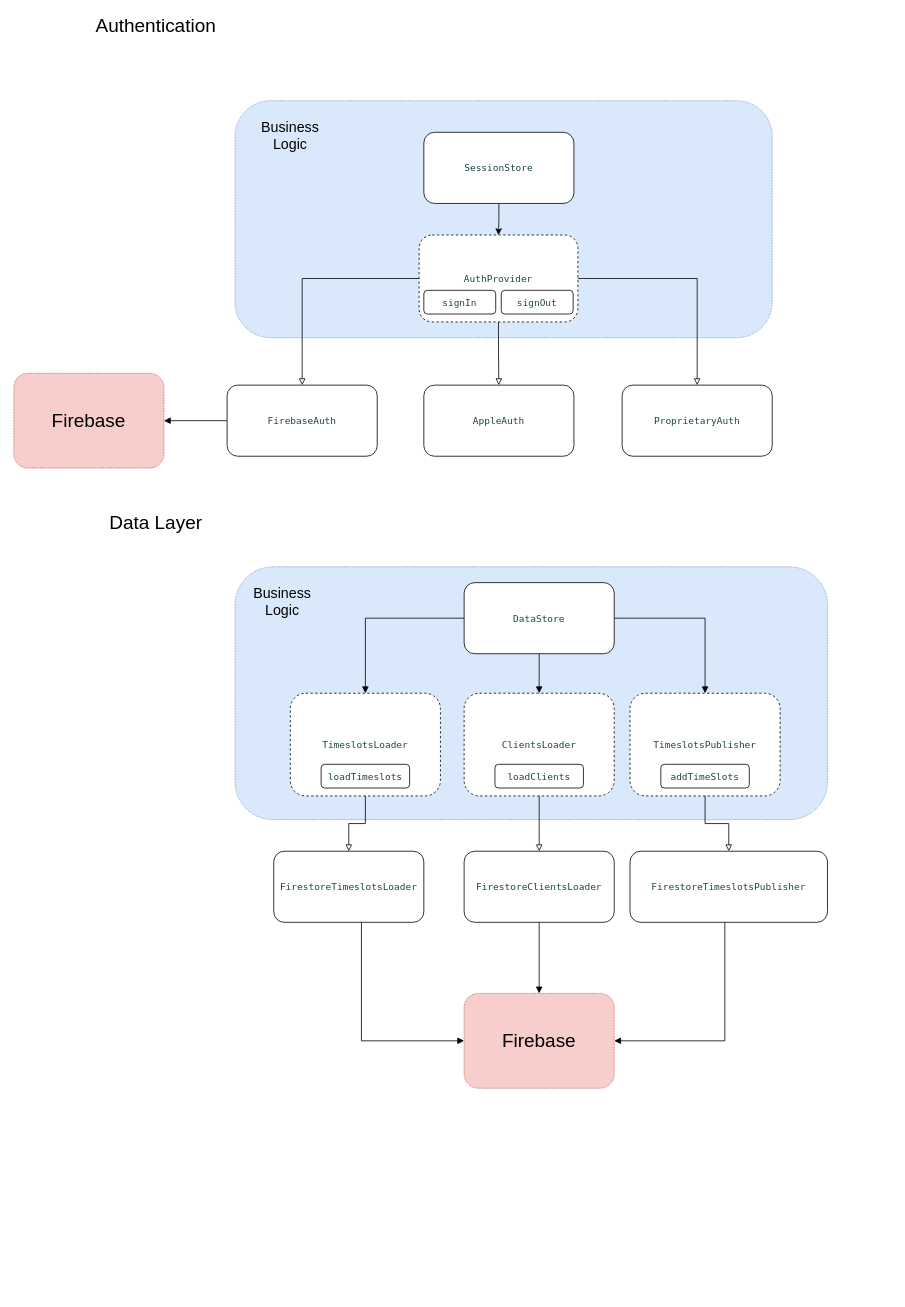
Before: doc/Untitled Diagram.drawio in ssebi/TimeTracker, a draw.io diagram. Source tidied: cells renumbered, new cells numbered last; positions are measured from the earlier drawing's top-left corner, leaving out a move shared by most shapes. Both pictures are drawn from the tidied source at 79%, with x=0, y=0 at pixel (13, 13).
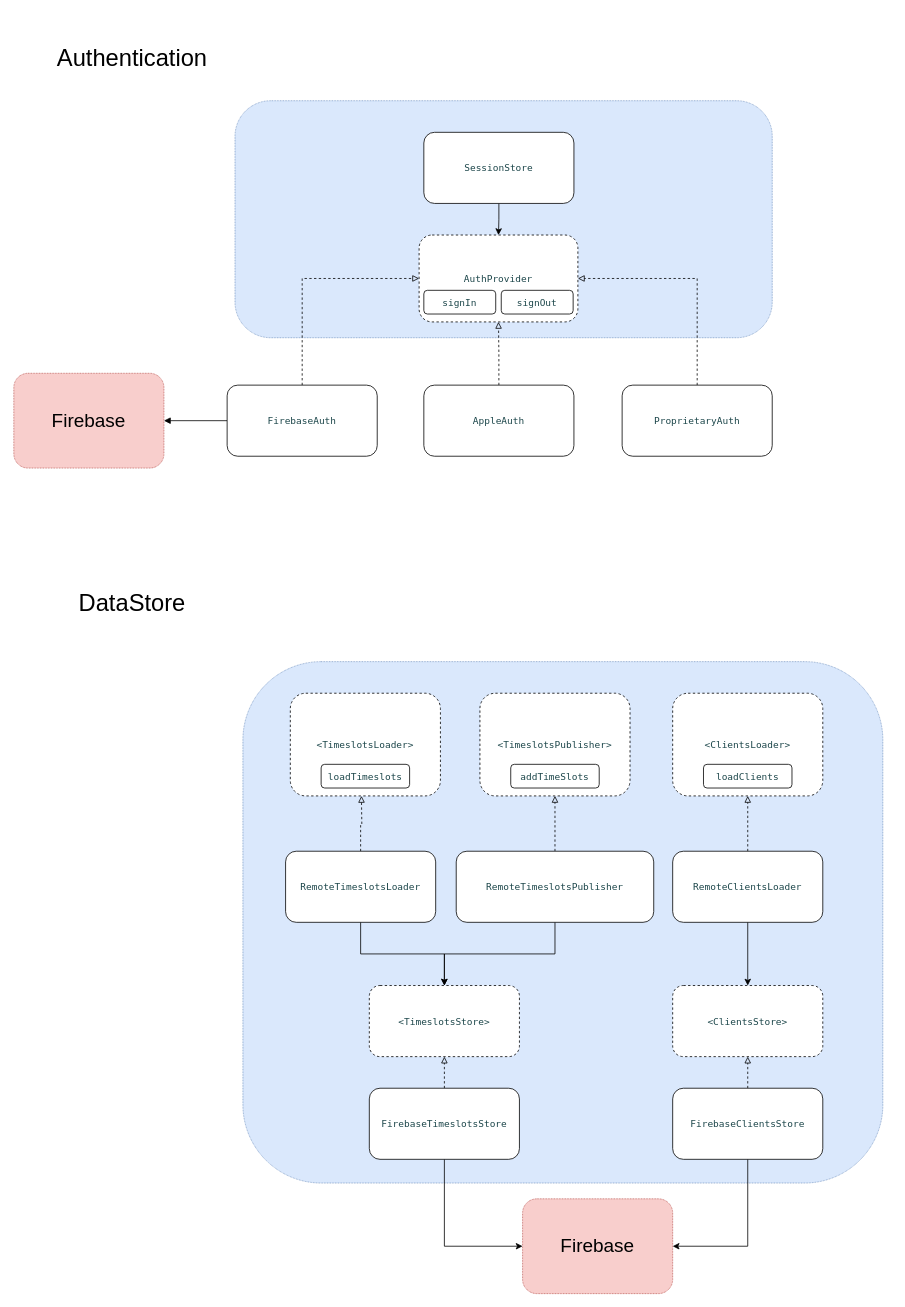
The same diagram, later.

Unchanged cells that the change refers to:
```xml
<mxCell id="9" value="&lt;p style=&quot;margin: 0px ; font-stretch: normal ; line-height: normal ; font-family: &amp;#34;menlo&amp;#34; ; color: rgb(28 , 70 , 74) ; background-color: rgb(255 , 255 , 255)&quot;&gt;AuthProvider&lt;/p&gt;" style="rounded=1;whiteSpace=wrap;html=1;dashed=1;" parent="1" vertex="1">
  <mxGeometry x="513" y="280" width="201" height="110" as="geometry" />
</mxCell>
<mxCell id="13" value="&lt;p style=&quot;margin: 0px ; font-stretch: normal ; line-height: normal ; font-family: &amp;#34;menlo&amp;#34; ; color: rgb(28 , 70 , 74) ; background-color: rgb(255 , 255 , 255)&quot;&gt;FirebaseAuth&lt;/p&gt;" style="rounded=1;whiteSpace=wrap;html=1;" parent="1" vertex="1">
  <mxGeometry x="270" y="470" width="190" height="90" as="geometry" />
</mxCell>
<mxCell id="14" value="&lt;p style=&quot;margin: 0px ; font-stretch: normal ; line-height: normal ; font-family: &amp;#34;menlo&amp;#34; ; color: rgb(28 , 70 , 74) ; background-color: rgb(255 , 255 , 255)&quot;&gt;AppleAuth&lt;/p&gt;" style="rounded=1;whiteSpace=wrap;html=1;" parent="1" vertex="1">
  <mxGeometry x="519" y="470" width="190" height="90" as="geometry" />
</mxCell>
<mxCell id="15" value="&lt;p style=&quot;margin: 0px ; font-stretch: normal ; line-height: normal ; font-family: &amp;#34;menlo&amp;#34; ; color: rgb(28 , 70 , 74) ; background-color: rgb(255 , 255 , 255)&quot;&gt;ProprietaryAuth&lt;/p&gt;" style="rounded=1;whiteSpace=wrap;html=1;" parent="1" vertex="1">
  <mxGeometry x="770" y="470" width="190" height="90" as="geometry" />
</mxCell>
<mxCell id="26" style="group;" parent="1" vertex="1">
  <mxGeometry x="350" y="860" width="190" height="130" as="geometry" />
</mxCell>
```

Diff of the diagram source:
```diff
@@
     <mxCell id="2" style="rounded=1;whiteSpace=wrap;html=1;fillColor=#dae8fc;dashed=1;dashPattern=1 1;strokeColor=#6c8ebf;" parent="1" vertex="1">
-      <mxGeometry x="280" y="700" width="750" height="320" as="geometry" />
+      <mxGeometry x="290" y="820" width="810" height="660" as="geometry" />
     </mxCell>
@@
-    <mxCell id="6" style="edgeStyle=orthogonalEdgeStyle;rounded=0;jettySize=auto;html=1;entryX=0.5;entryY=0;entryDx=0;entryDy=0;endArrow=block;endFill=0;" parent="1" edge="1" source="9" target="13">
-      <mxGeometry relative="1" as="geometry" />
-    </mxCell>
-    <mxCell id="7" style="edgeStyle=orthogonalEdgeStyle;rounded=0;jettySize=auto;html=1;endArrow=block;endFill=0;" parent="1" edge="1" source="9" target="14">
-      <mxGeometry relative="1" as="geometry" />
-    </mxCell>
-    <mxCell id="8" style="edgeStyle=orthogonalEdgeStyle;rounded=0;jettySize=auto;html=1;entryX=0.5;entryY=0;entryDx=0;entryDy=0;endArrow=block;endFill=0;" parent="1" edge="1" source="9" target="15">
-      <mxGeometry relative="1" as="geometry" />
-    </mxCell>
@@
+    <mxCell id="44" style="edgeStyle=orthogonalEdgeStyle;rounded=0;jettySize=auto;html=1;entryX=0;entryY=0.5;entryDx=0;entryDy=0;fontSize=30;endArrow=block;endFill=0;dashed=1;" parent="1" edge="1" source="13" target="9">
+      <mxGeometry relative="1" as="geometry">
+        <Array as="points">
+          <mxPoint x="365" y="335" />
+        </Array>
+      </mxGeometry>
+    </mxCell>
@@
+    <mxCell id="45" style="edgeStyle=orthogonalEdgeStyle;rounded=0;jettySize=auto;html=1;entryX=0.5;entryY=1;entryDx=0;entryDy=0;dashed=1;fontSize=30;endArrow=block;endFill=0;" parent="1" edge="1" source="14" target="9">
+      <mxGeometry relative="1" as="geometry" />
+    </mxCell>
@@
+    <mxCell id="46" style="edgeStyle=orthogonalEdgeStyle;rounded=0;jettySize=auto;html=1;entryX=1;entryY=0.5;entryDx=0;entryDy=0;dashed=1;fontSize=30;endArrow=block;endFill=0;" parent="1" edge="1" source="15" target="9">
+      <mxGeometry relative="1" as="geometry">
+        <Array as="points">
+          <mxPoint x="865" y="335" />
+        </Array>
+      </mxGeometry>
+    </mxCell>
@@
-    <mxCell id="16" value="Business Logic" style="text;html=1;strokeColor=none;fillColor=none;align=center;verticalAlign=middle;whiteSpace=wrap;rounded=0;dashed=1;dashPattern=1 1;fontSize=18;" parent="1" vertex="1">
-      <mxGeometry x="320" y="140" width="60" height="30" as="geometry" />
-    </mxCell>
-    <mxCell id="17" value="Authentication" style="text;html=1;strokeColor=none;fillColor=none;align=center;verticalAlign=middle;whiteSpace=wrap;rounded=0;dashed=1;dashPattern=1 1;fontSize=24;" parent="1" vertex="1">
-      <mxGeometry x="150" width="60" height="30" as="geometry" />
+    <mxCell id="17" value="Authentication" style="text;html=1;strokeColor=none;fillColor=none;align=center;verticalAlign=middle;whiteSpace=wrap;rounded=0;dashed=1;dashPattern=1 1;fontSize=30;" parent="1" vertex="1">
+      <mxGeometry x="40" y="40" width="220" height="30" as="geometry" />
     </mxCell>
-    <mxCell id="18" value="Data Layer" style="text;html=1;strokeColor=none;fillColor=none;align=center;verticalAlign=middle;whiteSpace=wrap;rounded=0;dashed=1;dashPattern=1 1;fontSize=24;" parent="1" vertex="1">
-      <mxGeometry x="85" y="630" width="190" height="30" as="geometry" />
-    </mxCell>
-    <mxCell id="19" style="edgeStyle=orthogonalEdgeStyle;rounded=0;jettySize=auto;html=1;fontSize=24;endArrow=block;endFill=1;" parent="1" edge="1" source="22" target="27">
-      <mxGeometry relative="1" as="geometry" />
-    </mxCell>
-    <mxCell id="20" style="edgeStyle=orthogonalEdgeStyle;rounded=0;jettySize=auto;html=1;fontSize=24;endArrow=block;endFill=1;" parent="1" edge="1" source="22" target="30">
-      <mxGeometry relative="1" as="geometry" />
-    </mxCell>
-    <mxCell id="21" style="edgeStyle=orthogonalEdgeStyle;rounded=0;jettySize=auto;html=1;entryX=0.5;entryY=0;entryDx=0;entryDy=0;fontSize=24;endArrow=block;endFill=1;" parent="1" edge="1" source="22" target="36">
-      <mxGeometry relative="1" as="geometry" />
-    </mxCell>
-    <mxCell id="22" value="&lt;p style=&quot;margin: 0px ; font-stretch: normal ; line-height: normal ; font-family: &amp;#34;menlo&amp;#34; ; color: rgb(28 , 70 , 74) ; background-color: rgb(255 , 255 , 255)&quot;&gt;DataStore&lt;/p&gt;" style="rounded=1;whiteSpace=wrap;html=1;" parent="1" vertex="1">
-      <mxGeometry x="570" y="720" width="190" height="90" as="geometry" />
+    <mxCell id="22" value="&lt;p style=&quot;margin: 0px ; font-stretch: normal ; line-height: normal ; font-family: &amp;#34;menlo&amp;#34; ; color: rgb(28 , 70 , 74) ; background-color: rgb(255 , 255 , 255)&quot;&gt;&amp;lt;TimeslotsStore&amp;gt;&lt;/p&gt;" style="rounded=1;whiteSpace=wrap;html=1;dashed=1;" parent="1" vertex="1">
+      <mxGeometry x="450" y="1230" width="190" height="90" as="geometry" />
     </mxCell>
-    <mxCell id="23" style="edgeStyle=orthogonalEdgeStyle;rounded=0;jettySize=auto;html=1;entryX=0;entryY=0.5;entryDx=0;entryDy=0;fontSize=24;endArrow=block;endFill=1;" parent="1" edge="1" source="24" target="42">
-      <mxGeometry relative="1" as="geometry">
-        <Array as="points">
-          <mxPoint x="440" y="1300" />
-        </Array>
-      </mxGeometry>
-    </mxCell>
+    <mxCell id="47" style="edgeStyle=orthogonalEdgeStyle;rounded=0;jettySize=auto;html=1;fontSize=30;dashed=1;endArrow=block;endFill=0;" parent="1" edge="1" source="24">
+      <mxGeometry relative="1" as="geometry">
+        <mxPoint x="440" y="990" as="targetPoint" />
+      </mxGeometry>
+    </mxCell>
+    <mxCell id="48" style="edgeStyle=orthogonalEdgeStyle;rounded=0;jettySize=auto;html=1;entryX=0.5;entryY=0;entryDx=0;entryDy=0;fontSize=30;endArrow=classic;endFill=1;" parent="1" edge="1" source="24" target="22">
+      <mxGeometry relative="1" as="geometry" />
+    </mxCell>
-    <mxCell id="24" value="&lt;p style=&quot;margin: 0px ; font-stretch: normal ; line-height: normal ; font-family: &amp;#34;menlo&amp;#34; ; color: rgb(28 , 70 , 74) ; background-color: rgb(255 , 255 , 255)&quot;&gt;FirestoreTimeslotsLoader&lt;/p&gt;" style="rounded=1;whiteSpace=wrap;html=1;" parent="1" vertex="1">
-      <mxGeometry x="329" y="1060" width="190" height="90" as="geometry" />
+    <mxCell id="24" value="&lt;p style=&quot;margin: 0px ; font-stretch: normal ; line-height: normal ; font-family: &amp;#34;menlo&amp;#34; ; color: rgb(28 , 70 , 74) ; background-color: rgb(255 , 255 , 255)&quot;&gt;RemoteTimeslotsLoader&lt;/p&gt;" style="rounded=1;whiteSpace=wrap;html=1;" parent="1" vertex="1">
+      <mxGeometry x="344" y="1060" width="190" height="90" as="geometry" />
     </mxCell>
-    <mxCell id="25" value="Business Logic" style="text;html=1;strokeColor=none;fillColor=none;align=center;verticalAlign=middle;whiteSpace=wrap;rounded=0;dashed=1;dashPattern=1 1;fontSize=18;" parent="1" vertex="1">
-      <mxGeometry x="310" y="730" width="60" height="30" as="geometry" />
+    <mxCell id="25" value="DataStore" style="text;html=1;strokeColor=none;fillColor=none;align=center;verticalAlign=middle;whiteSpace=wrap;rounded=0;dashed=1;dashPattern=1 1;fontSize=30;" parent="1" vertex="1">
+      <mxGeometry x="65" y="730" width="170" height="30" as="geometry" />
     </mxCell>
@@
-    <mxCell id="27" value="&lt;p style=&quot;margin: 0px ; font-stretch: normal ; line-height: normal ; font-family: &amp;#34;menlo&amp;#34; ; color: rgb(28 , 70 , 74) ; background-color: rgb(255 , 255 , 255)&quot;&gt;TimeslotsLoader&lt;/p&gt;" style="rounded=1;whiteSpace=wrap;html=1;dashed=1;" parent="26" vertex="1">
+    <mxCell id="27" value="&lt;p style=&quot;margin: 0px ; font-stretch: normal ; line-height: normal ; font-family: &amp;#34;menlo&amp;#34; ; color: rgb(28 , 70 , 74) ; background-color: rgb(255 , 255 , 255)&quot;&gt;&amp;lt;TimeslotsLoader&amp;gt;&lt;/p&gt;" style="rounded=1;whiteSpace=wrap;html=1;dashed=1;" parent="26" vertex="1">
       <mxGeometry width="190" height="130" as="geometry" />
     </mxCell>
@@
     <mxCell id="29" style="group;" parent="1" vertex="1">
-      <mxGeometry x="570" y="860" width="190" height="130" as="geometry" />
+      <mxGeometry x="834" y="860" width="190" height="130" as="geometry" />
     </mxCell>
-    <mxCell id="30" value="&lt;p style=&quot;margin: 0px ; font-stretch: normal ; line-height: normal ; font-family: &amp;#34;menlo&amp;#34; ; color: rgb(28 , 70 , 74) ; background-color: rgb(255 , 255 , 255)&quot;&gt;ClientsLoader&lt;/p&gt;" style="rounded=1;whiteSpace=wrap;html=1;dashed=1;" parent="29" vertex="1">
+    <mxCell id="30" value="&lt;p style=&quot;margin: 0px ; font-stretch: normal ; line-height: normal ; font-family: &amp;#34;menlo&amp;#34; ; color: rgb(28 , 70 , 74) ; background-color: rgb(255 , 255 , 255)&quot;&gt;&amp;lt;ClientsLoader&amp;gt;&lt;/p&gt;" style="rounded=1;whiteSpace=wrap;html=1;dashed=1;" parent="29" vertex="1">
       <mxGeometry width="190" height="130" as="geometry" />
     </mxCell>
@@
-    <mxCell id="32" style="edgeStyle=orthogonalEdgeStyle;rounded=0;jettySize=auto;html=1;fontSize=24;endArrow=block;endFill=1;" parent="1" edge="1" source="33" target="42">
-      <mxGeometry relative="1" as="geometry" />
-    </mxCell>
+    <mxCell id="49" style="edgeStyle=orthogonalEdgeStyle;rounded=0;jettySize=auto;html=1;entryX=0.5;entryY=1;entryDx=0;entryDy=0;dashed=1;fontSize=30;endArrow=block;endFill=0;" parent="1" edge="1" source="33" target="30">
+      <mxGeometry relative="1" as="geometry" />
+    </mxCell>
+    <mxCell id="50" style="edgeStyle=orthogonalEdgeStyle;rounded=0;jettySize=auto;html=1;entryX=0.5;entryY=0;entryDx=0;entryDy=0;fontSize=30;endArrow=classic;endFill=1;" parent="1" edge="1" source="33" target="53">
+      <mxGeometry relative="1" as="geometry" />
+    </mxCell>
-    <mxCell id="33" value="&lt;p style=&quot;margin: 0px ; font-stretch: normal ; line-height: normal ; font-family: &amp;#34;menlo&amp;#34; ; color: rgb(28 , 70 , 74) ; background-color: rgb(255 , 255 , 255)&quot;&gt;FirestoreClientsLoader&lt;/p&gt;" style="rounded=1;whiteSpace=wrap;html=1;" parent="1" vertex="1">
-      <mxGeometry x="570" y="1060" width="190" height="90" as="geometry" />
+    <mxCell id="33" value="&lt;p style=&quot;margin: 0px ; font-stretch: normal ; line-height: normal ; font-family: &amp;#34;menlo&amp;#34; ; color: rgb(28 , 70 , 74) ; background-color: rgb(255 , 255 , 255)&quot;&gt;RemoteClientsLoader&lt;/p&gt;" style="rounded=1;whiteSpace=wrap;html=1;" parent="1" vertex="1">
+      <mxGeometry x="834" y="1060" width="190" height="90" as="geometry" />
     </mxCell>
-    <mxCell id="34" style="edgeStyle=orthogonalEdgeStyle;rounded=0;jettySize=auto;html=1;exitX=0.5;exitY=1;exitDx=0;exitDy=0;fontSize=24;endArrow=block;endFill=0;" parent="1" edge="1" source="30" target="33">
-      <mxGeometry relative="1" as="geometry" />
-    </mxCell>
     <mxCell id="35" style="group;" parent="1" vertex="1">
-      <mxGeometry x="780" y="860" width="190" height="130" as="geometry" />
+      <mxGeometry x="590" y="860" width="520" height="265" as="geometry" />
     </mxCell>
-    <mxCell id="36" value="&lt;p style=&quot;margin: 0px ; font-stretch: normal ; line-height: normal ; font-family: &amp;#34;menlo&amp;#34; ; color: rgb(28 , 70 , 74) ; background-color: rgb(255 , 255 , 255)&quot;&gt;TimeslotsPublisher&lt;/p&gt;" style="rounded=1;whiteSpace=wrap;html=1;dashed=1;" parent="35" vertex="1">
+    <mxCell id="36" value="&lt;p style=&quot;margin: 0px ; font-stretch: normal ; line-height: normal ; font-family: &amp;#34;menlo&amp;#34; ; color: rgb(28 , 70 , 74) ; background-color: rgb(255 , 255 , 255)&quot;&gt;&amp;lt;TimeslotsPublisher&amp;gt;&lt;/p&gt;" style="rounded=1;whiteSpace=wrap;html=1;dashed=1;" parent="35" vertex="1">
       <mxGeometry width="190" height="130" as="geometry" />
     </mxCell>
@@
-    <mxCell id="38" style="edgeStyle=orthogonalEdgeStyle;rounded=0;jettySize=auto;html=1;entryX=1;entryY=0.5;entryDx=0;entryDy=0;fontSize=24;endArrow=block;endFill=1;" parent="1" edge="1" source="39" target="42">
-      <mxGeometry relative="1" as="geometry">
-        <Array as="points">
-          <mxPoint x="900" y="1300" />
-        </Array>
-      </mxGeometry>
-    </mxCell>
+    <mxCell id="51" style="edgeStyle=orthogonalEdgeStyle;rounded=0;jettySize=auto;html=1;entryX=0.5;entryY=1;entryDx=0;entryDy=0;dashed=1;fontSize=30;endArrow=block;endFill=0;" parent="1" edge="1" source="39" target="36">
+      <mxGeometry relative="1" as="geometry" />
+    </mxCell>
+    <mxCell id="52" style="edgeStyle=orthogonalEdgeStyle;rounded=0;jettySize=auto;html=1;fontSize=30;endArrow=classic;endFill=1;" parent="1" edge="1" source="39" target="22">
+      <mxGeometry relative="1" as="geometry" />
+    </mxCell>
-    <mxCell id="39" value="&lt;p style=&quot;margin: 0px ; font-stretch: normal ; line-height: normal ; font-family: &amp;#34;menlo&amp;#34; ; color: rgb(28 , 70 , 74) ; background-color: rgb(255 , 255 , 255)&quot;&gt;FirestoreTimeslotsPublisher&lt;/p&gt;" style="rounded=1;whiteSpace=wrap;html=1;" parent="1" vertex="1">
-      <mxGeometry x="780" y="1060" width="250" height="90" as="geometry" />
+    <mxCell id="39" value="&lt;p style=&quot;margin: 0px ; font-stretch: normal ; line-height: normal ; font-family: &amp;#34;menlo&amp;#34; ; color: rgb(28 , 70 , 74) ; background-color: rgb(255 , 255 , 255)&quot;&gt;RemoteTimeslotsPublisher&lt;/p&gt;" style="rounded=1;whiteSpace=wrap;html=1;" parent="1" vertex="1">
+      <mxGeometry x="560" y="1060" width="250" height="90" as="geometry" />
     </mxCell>
-    <mxCell id="40" style="edgeStyle=orthogonalEdgeStyle;rounded=0;jettySize=auto;html=1;entryX=0.5;entryY=0;entryDx=0;entryDy=0;fontSize=24;endArrow=block;endFill=0;" parent="1" edge="1" source="36" target="39">
-      <mxGeometry relative="1" as="geometry" />
-    </mxCell>
-    <mxCell id="41" style="edgeStyle=orthogonalEdgeStyle;rounded=0;jettySize=auto;html=1;fontSize=24;endArrow=block;endFill=0;" parent="1" edge="1" source="27" target="24">
-      <mxGeometry relative="1" as="geometry" />
-    </mxCell>
     <mxCell id="42" value="Firebase" style="rounded=1;whiteSpace=wrap;html=1;dashed=1;fontSize=24;fillColor=#f8cecc;dashPattern=1 1;strokeColor=#b85450;" parent="1" vertex="1">
-      <mxGeometry x="570" y="1240" width="190" height="120" as="geometry" />
+      <mxGeometry x="644" y="1500" width="190" height="120" as="geometry" />
     </mxCell>
@@
+    <mxCell id="53" value="&lt;p style=&quot;margin: 0px ; font-stretch: normal ; line-height: normal ; font-family: &amp;#34;menlo&amp;#34; ; color: rgb(28 , 70 , 74) ; background-color: rgb(255 , 255 , 255)&quot;&gt;&amp;lt;ClientsStore&amp;gt;&lt;/p&gt;" style="rounded=1;whiteSpace=wrap;html=1;dashed=1;" parent="1" vertex="1">
+      <mxGeometry x="834" y="1230" width="190" height="90" as="geometry" />
+    </mxCell>
+    <mxCell id="54" style="edgeStyle=orthogonalEdgeStyle;rounded=0;jettySize=auto;html=1;exitX=0.5;exitY=0;exitDx=0;exitDy=0;fontSize=30;endArrow=block;endFill=0;dashed=1;" parent="1" edge="1" source="56" target="22">
+      <mxGeometry relative="1" as="geometry" />
+    </mxCell>
+    <mxCell id="55" style="edgeStyle=orthogonalEdgeStyle;rounded=0;jettySize=auto;html=1;exitX=0.5;exitY=1;exitDx=0;exitDy=0;entryX=0;entryY=0.5;entryDx=0;entryDy=0;fontSize=30;endArrow=classic;endFill=1;" parent="1" edge="1" source="56" target="42">
+      <mxGeometry relative="1" as="geometry" />
+    </mxCell>
+    <mxCell id="56" value="&lt;p style=&quot;margin: 0px ; font-stretch: normal ; line-height: normal ; font-family: &amp;#34;menlo&amp;#34; ; color: rgb(28 , 70 , 74) ; background-color: rgb(255 , 255 , 255)&quot;&gt;FirebaseTimeslotsStore&lt;/p&gt;" style="rounded=1;whiteSpace=wrap;html=1;" parent="1" vertex="1">
+      <mxGeometry x="450" y="1360" width="190" height="90" as="geometry" />
+    </mxCell>
+    <mxCell id="57" style="edgeStyle=orthogonalEdgeStyle;rounded=0;jettySize=auto;html=1;exitX=0.5;exitY=0;exitDx=0;exitDy=0;entryX=0.5;entryY=1;entryDx=0;entryDy=0;fontSize=30;endArrow=block;endFill=0;dashed=1;" parent="1" edge="1" source="59" target="53">
+      <mxGeometry relative="1" as="geometry" />
+    </mxCell>
+    <mxCell id="58" style="edgeStyle=orthogonalEdgeStyle;rounded=0;jettySize=auto;html=1;exitX=0.5;exitY=1;exitDx=0;exitDy=0;entryX=1;entryY=0.5;entryDx=0;entryDy=0;fontSize=30;endArrow=classic;endFill=1;" parent="1" edge="1" source="59" target="42">
+      <mxGeometry relative="1" as="geometry" />
+    </mxCell>
+    <mxCell id="59" value="&lt;p style=&quot;margin: 0px ; font-stretch: normal ; line-height: normal ; font-family: &amp;#34;menlo&amp;#34; ; color: rgb(28 , 70 , 74) ; background-color: rgb(255 , 255 , 255)&quot;&gt;FirebaseClientsStore&lt;/p&gt;" style="rounded=1;whiteSpace=wrap;html=1;" parent="1" vertex="1">
+      <mxGeometry x="834" y="1360" width="190" height="90" as="geometry" />
+    </mxCell>
```
